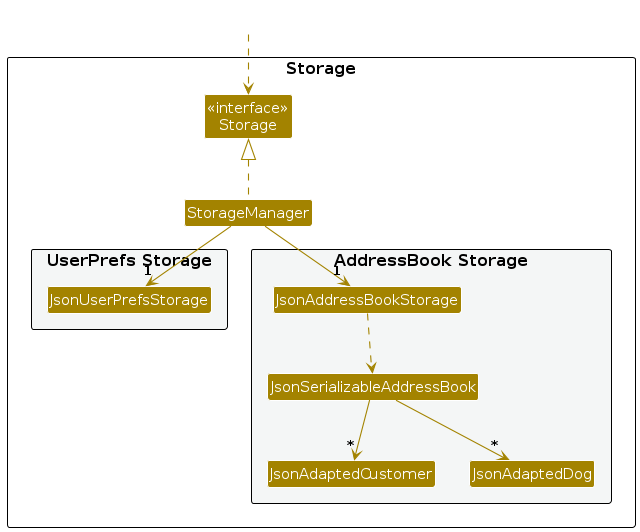
Before: diagrams/StorageClassDiagram.png, a diagram exported from PlantUML (AY2627S1-CS2103T-T15-4/tp). Its source is kept beside it as diagrams/StorageClassDiagram.puml.
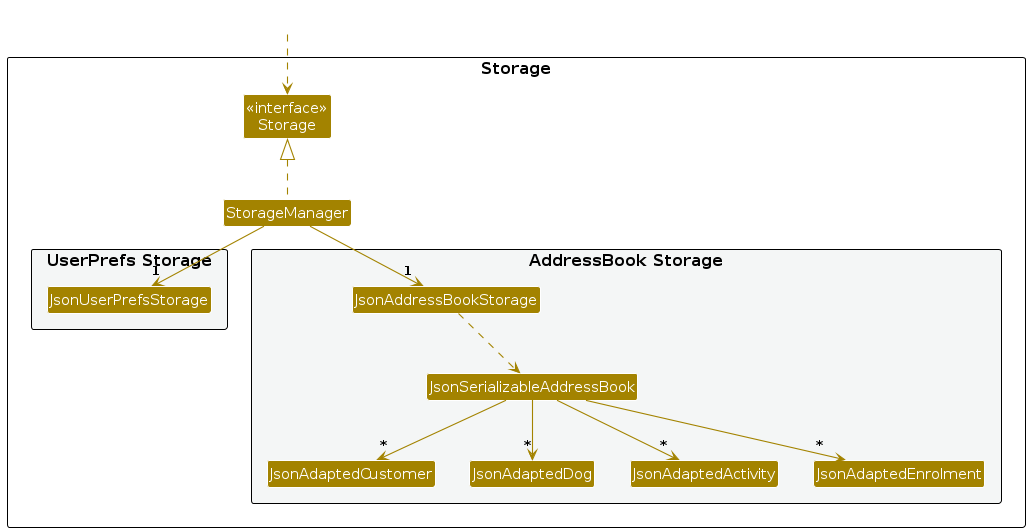
Above is the later version.

Diff of the diagram source:
```diff
@@ -18,6 +18,8 @@
 Class JsonSerializableAddressBook
 Class JsonAdaptedCustomer
 Class JsonAdaptedDog
+Class JsonAdaptedActivity
+Class JsonAdaptedEnrolment
 }
 
 }
@@ -32,5 +34,10 @@
 JsonAddressBookStorage ..> JsonSerializableAddressBook
 JsonSerializableAddressBook --> "*" JsonAdaptedCustomer
 JsonSerializableAddressBook --> "*" JsonAdaptedDog
+JsonSerializableAddressBook --> "*" JsonAdaptedActivity
+JsonSerializableAddressBook --> "*" JsonAdaptedEnrolment
+JsonAdaptedActivity : completed: boolean
+JsonAdaptedEnrolment : activityId: int
+JsonAdaptedEnrolment : dogId: int
 
 @enduml
```
